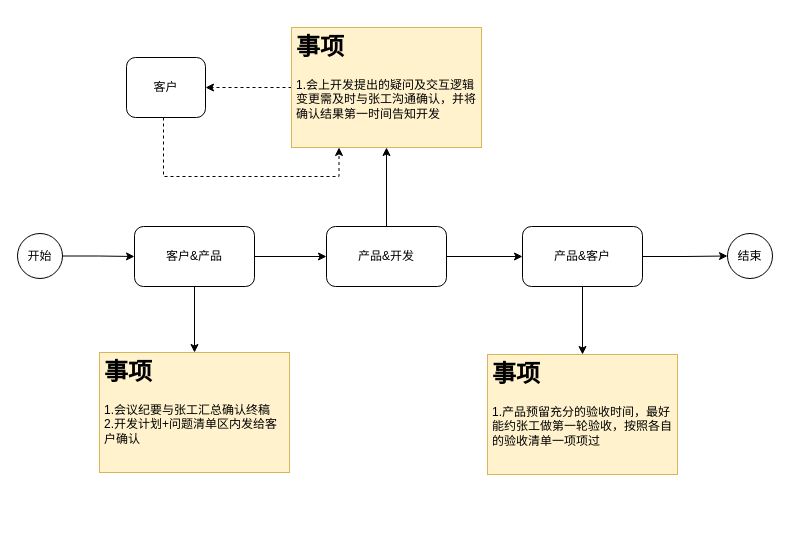
Before: 大众项目流程.drawio in ammengke/my-drawio, a draw.io diagram. Source tidied: cells renumbered, new cells numbered last; positions are measured from the earlier drawing's top-left corner, leaving out a move shared by most shapes. Both pictures are drawn from the tidied source at 100%, with x=0, y=0 at pixel (17, 27).
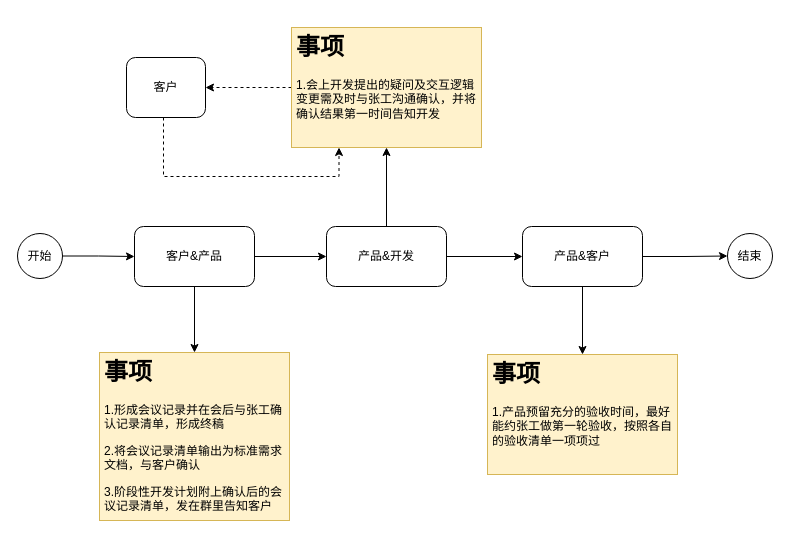
Above is the later version.

Commit message:
更新大众项目流程.drawio

What changed in the source:
```diff
@@
-    <mxCell id="14" value="&lt;h1&gt;事项&lt;/h1&gt;&lt;p&gt;1.会议纪要与张工汇总确认终稿&lt;br style=&quot;border-color: var(--border-color); text-align: center;&quot;&gt;&lt;span style=&quot;text-align: center;&quot;&gt;2.开发计划+问题清单区内发给客户确认&lt;/span&gt;&lt;br&gt;&lt;/p&gt;" style="text;html=1;strokeColor=#d6b656;fillColor=#fff2cc;spacing=5;spacingTop=-20;whiteSpace=wrap;overflow=hidden;rounded=0;" parent="1" vertex="1">
-      <mxGeometry x="82" y="325" width="190" height="120" as="geometry" />
+    <mxCell id="14" value="&lt;h1&gt;事项&lt;/h1&gt;&lt;p&gt;1.形成会议记录并在会后与张工确认记录清单，形成终稿&lt;/p&gt;&lt;p&gt;2.将会议记录清单输出为标准需求文档，与客户确认&lt;/p&gt;&lt;p&gt;3.阶段性开发计划附上确认后的会议记录清单，发在群里告知客户&lt;/p&gt;&lt;div&gt;&lt;br&gt;&lt;/div&gt;" style="text;html=1;strokeColor=#d6b656;fillColor=#fff2cc;spacing=5;spacingTop=-20;whiteSpace=wrap;overflow=hidden;rounded=0;" parent="1" vertex="1">
+      <mxGeometry x="82" y="325" width="190" height="168" as="geometry" />
     </mxCell>
```
